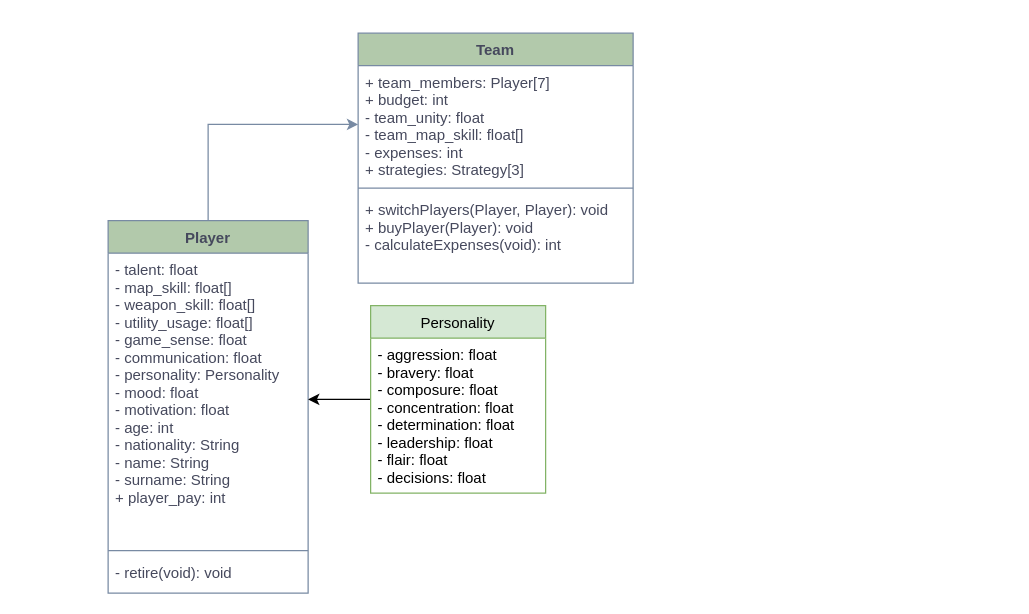
Above: fps_manager_uml.drawio in damiapp/FPS_Manager (draw.io), before the change. Source tidied: cells renumbered, new cells numbered last; positions are measured from the earlier drawing's top-left corner, leaving out a move shared by most shapes. Both pictures are drawn from the tidied source at 125%, with x=0, y=0 at pixel (108, 32).
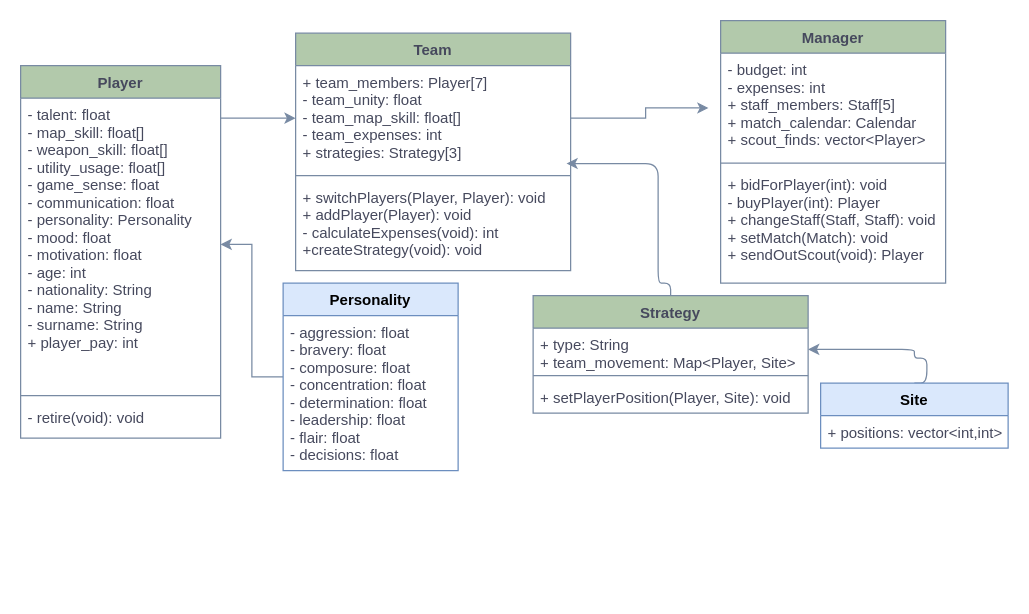
The same page after the edit.

Unchanged cells that the change refers to:
```xml
<mxCell id="8" value="- talent: float&#10;- map_skill: float[]&#10;- weapon_skill: float[]&#10;- utility_usage: float[]&#10;- game_sense: float&#10;- communication: float&#10;- personality: Personality  &#10;- mood: float&#10;- motivation: float&#10;- age: int&#10;- nationality: String&#10;- name: String&#10;- surname: String&#10;+ player_pay: int" style="text;strokeColor=none;fillColor=none;align=left;verticalAlign=top;spacingLeft=4;spacingRight=4;overflow=hidden;points=[[0,0.5],[1,0.5]];portConstraint=eastwest;fontColor=#46495D;" parent="7" vertex="1">
  <mxGeometry y="26" width="160" height="234" as="geometry" />
</mxCell>
```

The edit, as a diff of the source:
```diff
@@
     <mxCell id="2" value="Team" style="swimlane;fontStyle=1;align=center;verticalAlign=top;horizontal=1;startSize=26;fillColor=#B2C9AB;strokeColor=#788AA3;fontColor=#46495D;" parent="1" vertex="1">
-      <mxGeometry x="200" width="220" height="200" as="geometry" />
+      <mxGeometry x="150" width="220" height="190" as="geometry" />
     </mxCell>
-    <mxCell id="3" value="+ team_members: Player[7]&#10;+ budget: int&#10;- team_unity: float&#10;- team_map_skill: float[]&#10;- expenses: int&#10;+ strategies: Strategy[3]&#10;" style="text;strokeColor=none;fillColor=none;align=left;verticalAlign=top;spacingLeft=4;spacingRight=4;overflow=hidden;points=[[0,0.5],[1,0.5]];portConstraint=eastwest;fontColor=#46495D;" parent="2" vertex="1">
-      <mxGeometry y="26" width="220" height="94" as="geometry" />
+    <mxCell id="3" value="+ team_members: Player[7]&#10;- team_unity: float&#10;- team_map_skill: float[]&#10;- team_expenses: int&#10;+ strategies: Strategy[3]&#10;" style="text;strokeColor=none;fillColor=none;align=left;verticalAlign=top;spacingLeft=4;spacingRight=4;overflow=hidden;points=[[0,0.5],[1,0.5]];portConstraint=eastwest;fontColor=#46495D;" parent="2" vertex="1">
+      <mxGeometry y="26" width="220" height="84" as="geometry" />
     </mxCell>
     <mxCell id="4" style="line;strokeWidth=1;fillColor=none;align=left;verticalAlign=middle;spacingTop=-1;spacingLeft=3;spacingRight=3;labelPosition=right;strokeColor=#788AA3;fontColor=#46495D;" parent="2" vertex="1">
-      <mxGeometry y="120" width="220" height="8" as="geometry" />
+      <mxGeometry y="110" width="220" height="8" as="geometry" />
     </mxCell>
-    <mxCell id="5" value="+ switchPlayers(Player, Player): void&#10;+ buyPlayer(Player): void&#10;- calculateExpenses(void): int" style="text;strokeColor=none;fillColor=none;align=left;verticalAlign=top;spacingLeft=4;spacingRight=4;overflow=hidden;fontColor=#46495D;" parent="2" vertex="1">
-      <mxGeometry y="128" width="220" height="72" as="geometry" />
+    <mxCell id="5" value="+ switchPlayers(Player, Player): void&#10;+ addPlayer(Player): void&#10;- calculateExpenses(void): int&#10;+createStrategy(void): void" style="text;strokeColor=none;fillColor=none;align=left;verticalAlign=top;spacingLeft=4;spacingRight=4;overflow=hidden;fontColor=#46495D;" parent="2" vertex="1">
+      <mxGeometry y="118" width="220" height="72" as="geometry" />
     </mxCell>
-    <mxCell id="6" style="edgeStyle=orthogonalEdgeStyle;rounded=0;jettySize=auto;html=1;entryX=0;entryY=0.5;entryDx=0;entryDy=0;strokeColor=#788AA3;fontColor=#46495D;" parent="1" edge="1" source="7" target="3">
+    <mxCell id="6" style="edgeStyle=orthogonalEdgeStyle;rounded=0;jettySize=auto;html=1;strokeColor=#788AA3;fontColor=#46495D;entryX=0;entryY=0.5;entryDx=0;entryDy=0;" parent="1" edge="1" source="7" target="3">
       <mxGeometry relative="1" as="geometry">
         <Array as="points">
-          <mxPoint x="80" y="73" />
+          <mxPoint x="80" y="68" />
         </Array>
       </mxGeometry>
     </mxCell>
     <mxCell id="7" value="Player" style="swimlane;fontStyle=1;align=center;verticalAlign=top;horizontal=1;startSize=26;fillColor=#B2C9AB;strokeColor=#788AA3;fontColor=#46495D;" parent="1" vertex="1">
-      <mxGeometry y="150" width="160" height="298" as="geometry" />
+      <mxGeometry x="-70" y="26" width="160" height="298" as="geometry" />
     </mxCell>
@@
-    <mxCell id="11" style="edgeStyle=orthogonalEdgeStyle;rounded=0;jettySize=auto;html=1;entryX=1;entryY=0.5;entryDx=0;entryDy=0;" parent="1" edge="1" source="12" target="8">
+    <mxCell id="11" style="edgeStyle=orthogonalEdgeStyle;rounded=0;jettySize=auto;html=1;entryX=1;entryY=0.5;entryDx=0;entryDy=0;strokeColor=#788AA3;fontColor=#46495D;" parent="1" edge="1" source="12" target="8">
       <mxGeometry relative="1" as="geometry" />
     </mxCell>
-    <mxCell id="12" value="Personality" style="swimlane;fontStyle=0;horizontal=1;startSize=26;fillColor=#d5e8d4;strokeColor=#82b366;" parent="1" vertex="1">
-      <mxGeometry x="210" y="218" width="140" height="150" as="geometry" />
+    <mxCell id="12" value="Personality" style="swimlane;fontStyle=1;horizontal=1;startSize=26;fillColor=#dae8fc;strokeColor=#6c8ebf;" parent="1" vertex="1">
+      <mxGeometry x="140" y="200" width="140" height="150" as="geometry" />
     </mxCell>
-    <mxCell id="13" value="- aggression: float&#10;- bravery: float&#10;- composure: float&#10;- concentration: float&#10;- determination: float&#10;- leadership: float&#10;- flair: float&#10;- decisions: float" style="text;strokeColor=none;fillColor=none;align=left;verticalAlign=top;spacingLeft=4;spacingRight=4;overflow=hidden;" parent="12" vertex="1">
+    <mxCell id="13" value="- aggression: float&#10;- bravery: float&#10;- composure: float&#10;- concentration: float&#10;- determination: float&#10;- leadership: float&#10;- flair: float&#10;- decisions: float" style="text;strokeColor=none;fillColor=none;align=left;verticalAlign=top;spacingLeft=4;spacingRight=4;overflow=hidden;fontColor=#46495D;" parent="12" vertex="1">
       <mxGeometry y="26" width="140" height="124" as="geometry" />
     </mxCell>
+    <mxCell id="14" value="Manager" style="swimlane;fontStyle=1;align=center;verticalAlign=top;horizontal=1;startSize=26;fillColor=#B2C9AB;strokeColor=#788AA3;fontColor=#46495D;" parent="1" vertex="1">
+      <mxGeometry x="490" y="-10" width="180" height="210" as="geometry" />
+    </mxCell>
+    <mxCell id="15" value="- budget: int&#10;- expenses: int&#10;+ staff_members: Staff[5]&#10;+ match_calendar: Calendar&#10;+ scout_finds: vector&lt;Player&gt;" style="text;strokeColor=none;fillColor=none;align=left;verticalAlign=top;spacingLeft=4;spacingRight=4;overflow=hidden;points=[[0,0.5],[1,0.5]];portConstraint=eastwest;fontColor=#46495D;" parent="14" vertex="1">
+      <mxGeometry y="26" width="180" height="84" as="geometry" />
+    </mxCell>
+    <mxCell id="16" style="line;strokeWidth=1;fillColor=none;align=left;verticalAlign=middle;spacingTop=-1;spacingLeft=3;spacingRight=3;labelPosition=right;strokeColor=#788AA3;fontColor=#46495D;" parent="14" vertex="1">
+      <mxGeometry y="110" width="180" height="8" as="geometry" />
+    </mxCell>
+    <mxCell id="17" value="+ bidForPlayer(int): void&#10;- buyPlayer(int): Player&#10;+ changeStaff(Staff, Staff): void&#10;+ setMatch(Match): void&#10;+ sendOutScout(void): Player" style="text;strokeColor=none;fillColor=none;align=left;verticalAlign=top;spacingLeft=4;spacingRight=4;overflow=hidden;fontColor=#46495D;" parent="14" vertex="1">
+      <mxGeometry y="118" width="180" height="92" as="geometry" />
+    </mxCell>
+    <mxCell id="18" style="edgeStyle=orthogonalEdgeStyle;rounded=0;jettySize=auto;html=1;entryX=-0.054;entryY=0.522;entryDx=0;entryDy=0;entryPerimeter=0;strokeColor=#788AA3;fontColor=#46495D;" parent="1" edge="1" source="3" target="15">
+      <mxGeometry relative="1" as="geometry" />
+    </mxCell>
+    <mxCell id="19" value="Strategy" style="swimlane;fontStyle=1;align=center;verticalAlign=top;horizontal=1;startSize=26;rounded=0;sketch=0;strokeColor=#788AA3;fillColor=#B2C9AB;fontColor=#46495D;" parent="1" vertex="1">
+      <mxGeometry x="340" y="210" width="220" height="94" as="geometry" />
+    </mxCell>
+    <mxCell id="20" value="+ type: String&#10;+ team_movement: Map&lt;Player, Site&gt;" style="text;strokeColor=none;fillColor=none;align=left;verticalAlign=top;spacingLeft=4;spacingRight=4;overflow=hidden;points=[[0,0.5],[1,0.5]];portConstraint=eastwest;fontColor=#46495D;" parent="19" vertex="1">
+      <mxGeometry y="26" width="220" height="34" as="geometry" />
+    </mxCell>
+    <mxCell id="21" style="line;strokeWidth=1;fillColor=none;align=left;verticalAlign=middle;spacingTop=-1;spacingLeft=3;spacingRight=3;labelPosition=right;strokeColor=#788AA3;fontColor=#46495D;" parent="19" vertex="1">
+      <mxGeometry y="60" width="220" height="8" as="geometry" />
+    </mxCell>
+    <mxCell id="22" value="+ setPlayerPosition(Player, Site): void" style="text;strokeColor=none;fillColor=none;align=left;verticalAlign=top;spacingLeft=4;spacingRight=4;overflow=hidden;fontColor=#46495D;" parent="19" vertex="1">
+      <mxGeometry y="68" width="220" height="26" as="geometry" />
+    </mxCell>
+    <mxCell id="23" style="edgeStyle=orthogonalEdgeStyle;curved=0;rounded=1;sketch=0;jettySize=auto;html=1;entryX=0.985;entryY=0.933;entryDx=0;entryDy=0;entryPerimeter=0;strokeColor=#788AA3;fillColor=#B2C9AB;fontColor=#46495D;exitX=0.5;exitY=0;exitDx=0;exitDy=0;" parent="1" edge="1" source="19" target="3">
+      <mxGeometry relative="1" as="geometry">
+        <Array as="points">
+          <mxPoint x="450" y="200" />
+          <mxPoint x="440" y="200" />
+          <mxPoint x="440" y="104" />
+        </Array>
+      </mxGeometry>
+    </mxCell>
+    <mxCell id="24" style="edgeStyle=orthogonalEdgeStyle;curved=0;rounded=1;sketch=0;jettySize=auto;html=1;entryX=1;entryY=0.5;entryDx=0;entryDy=0;strokeColor=#788AA3;fillColor=#B2C9AB;fontColor=#46495D;exitX=0.5;exitY=0;exitDx=0;exitDy=0;" parent="1" edge="1" source="25" target="20">
+      <mxGeometry relative="1" as="geometry">
+        <Array as="points">
+          <mxPoint x="655" y="280" />
+          <mxPoint x="655" y="260" />
+          <mxPoint x="645" y="260" />
+          <mxPoint x="645" y="253" />
+        </Array>
+      </mxGeometry>
+    </mxCell>
+    <mxCell id="25" value="Site" style="swimlane;fontStyle=1;horizontal=1;startSize=26;fillColor=#dae8fc;rounded=0;sketch=0;strokeColor=#6c8ebf;" parent="1" vertex="1">
+      <mxGeometry x="570" y="280" width="150" height="52" as="geometry" />
+    </mxCell>
+    <mxCell id="26" value="+ positions: vector&lt;int,int&gt;" style="text;strokeColor=none;fillColor=none;align=left;verticalAlign=top;spacingLeft=4;spacingRight=4;overflow=hidden;fontColor=#46495D;" parent="25" vertex="1">
+      <mxGeometry y="26" width="150" height="26" as="geometry" />
+    </mxCell>
```
